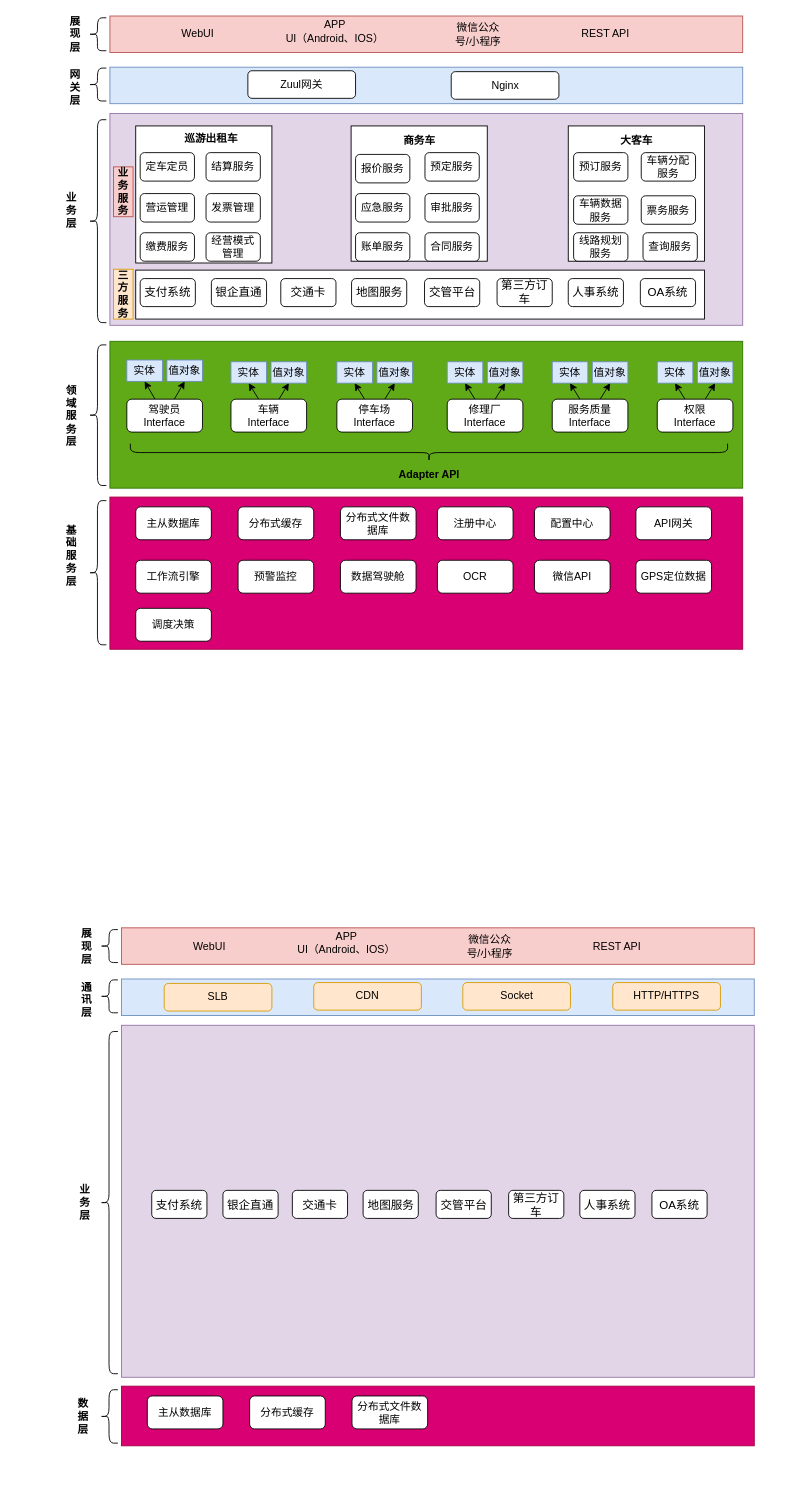
ammengke/my-drawio keeps this draw.io diagram as 汽车公司-应用架构.drawio. Above is the earlier version. Source tidied: cells renumbered, new cells numbered last; positions are measured from the earlier drawing's top-left corner, leaving out a move shared by most shapes. Both pictures are drawn from the tidied source at 89%, with x=0, y=0 at pixel (44, 15).
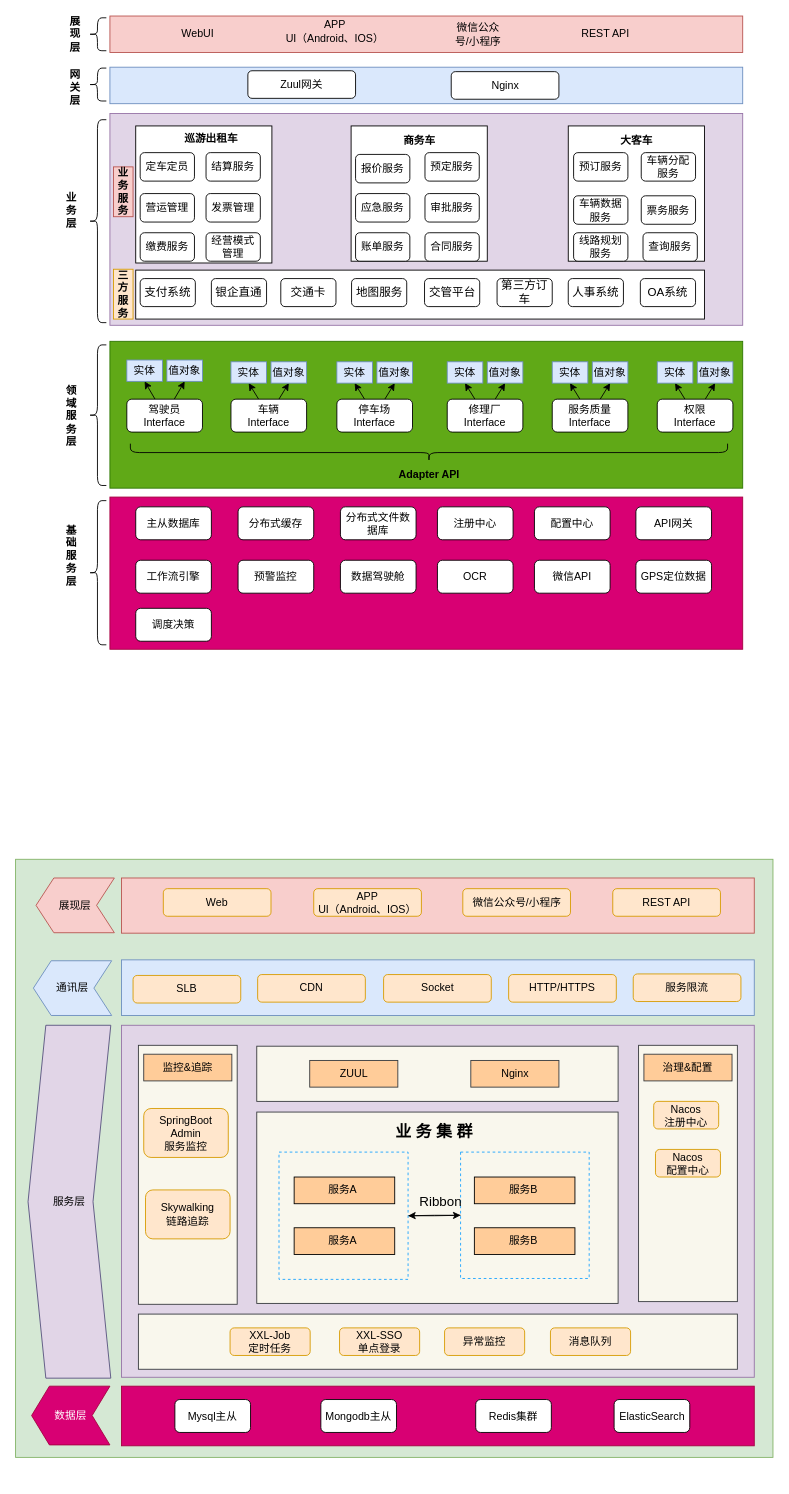
The same diagram, later.

Commit message:
Update 汽车公司-应用架构.drawio

What changed in the source:
```diff
@@
+    <mxCell id="134" style="rounded=0;whiteSpace=wrap;html=1;fillColor=#d5e8d4;strokeColor=#82b366;" parent="1" vertex="1">
+      <mxGeometry x="-33" y="948" width="851" height="672" as="geometry" />
+    </mxCell>
@@
-    <mxCell id="103" style="shape=curlyBracket;whiteSpace=wrap;html=1;rounded=1;" parent="1" vertex="1">
-      <mxGeometry x="62" y="1544" width="20" height="60" as="geometry" />
-    </mxCell>
@@
-    <mxCell id="105" value="数&lt;br&gt;据&lt;br&gt;层" style="text;html=1;strokeColor=none;fillColor=none;align=center;verticalAlign=middle;whiteSpace=wrap;rounded=0;fontStyle=1;" parent="1" vertex="1">
-      <mxGeometry x="13" y="1503" width="60" height="141" as="geometry" />
-    </mxCell>
-    <mxCell id="106" value="主从数据库" style="rounded=1;whiteSpace=wrap;html=1;" parent="1" vertex="1">
-      <mxGeometry x="115" y="1551" width="85" height="37" as="geometry" />
+    <mxCell id="106" value="Mysql主从" style="rounded=1;whiteSpace=wrap;html=1;" parent="1" vertex="1">
+      <mxGeometry x="146" y="1555" width="85" height="37" as="geometry" />
     </mxCell>
-    <mxCell id="107" value="分布式缓存" style="rounded=1;whiteSpace=wrap;html=1;" parent="1" vertex="1">
-      <mxGeometry x="230" y="1551" width="85" height="37" as="geometry" />
+    <mxCell id="107" value="Mongodb主从" style="rounded=1;whiteSpace=wrap;html=1;" parent="1" vertex="1">
+      <mxGeometry x="310" y="1555" width="85" height="37" as="geometry" />
     </mxCell>
-    <mxCell id="108" value="分布式文件数据库" style="rounded=1;whiteSpace=wrap;html=1;" parent="1" vertex="1">
-      <mxGeometry x="345" y="1551" width="85" height="37" as="geometry" />
+    <mxCell id="108" value="Redis集群" style="rounded=1;whiteSpace=wrap;html=1;" parent="1" vertex="1">
+      <mxGeometry x="484" y="1555" width="85" height="37" as="geometry" />
     </mxCell>
@@
-    <mxCell id="110" value="业&lt;br&gt;务&lt;br&gt;层" style="text;html=1;strokeColor=none;fillColor=none;align=center;verticalAlign=middle;whiteSpace=wrap;rounded=0;fontStyle=1;" parent="1" vertex="1">
-      <mxGeometry x="15" y="1263.2" width="60" height="141" as="geometry" />
-    </mxCell>
-    <mxCell id="111" style="shape=curlyBracket;whiteSpace=wrap;html=1;rounded=1;" parent="1" vertex="1">
-      <mxGeometry x="62" y="1141.5" width="20" height="384.5" as="geometry" />
-    </mxCell>
-    <mxCell id="112" value="支付系统" style="rounded=1;whiteSpace=wrap;html=1;fontSize=13;" parent="1" vertex="1">
-      <mxGeometry x="120" y="1320" width="62" height="31.5" as="geometry" />
-    </mxCell>
-    <mxCell id="113" value="银企直通" style="rounded=1;whiteSpace=wrap;html=1;fontSize=13;" parent="1" vertex="1">
-      <mxGeometry x="200" y="1320" width="62" height="31.5" as="geometry" />
-    </mxCell>
-    <mxCell id="114" value="交通卡" style="rounded=1;whiteSpace=wrap;html=1;fontSize=13;" parent="1" vertex="1">
-      <mxGeometry x="278" y="1320" width="62" height="31.5" as="geometry" />
-    </mxCell>
-    <mxCell id="115" value="地图服务" style="rounded=1;whiteSpace=wrap;html=1;fontSize=13;" parent="1" vertex="1">
-      <mxGeometry x="357.5" y="1320" width="62" height="31.5" as="geometry" />
-    </mxCell>
-    <mxCell id="116" value="交管平台" style="rounded=1;whiteSpace=wrap;html=1;fontSize=13;" parent="1" vertex="1">
-      <mxGeometry x="439.5" y="1320" width="62" height="31.5" as="geometry" />
-    </mxCell>
-    <mxCell id="117" value="第三方订车" style="rounded=1;whiteSpace=wrap;html=1;fontSize=13;" parent="1" vertex="1">
-      <mxGeometry x="521" y="1320" width="62" height="31.5" as="geometry" />
-    </mxCell>
-    <mxCell id="118" value="人事系统" style="rounded=1;whiteSpace=wrap;html=1;fontSize=13;" parent="1" vertex="1">
-      <mxGeometry x="601" y="1320" width="62" height="31.5" as="geometry" />
-    </mxCell>
     <mxCell id="119" style="rounded=0;whiteSpace=wrap;html=1;fillColor=#dae8fc;strokeColor=#6c8ebf;" parent="1" vertex="1">
-      <mxGeometry x="86" y="1082.5" width="711" height="41" as="geometry" />
+      <mxGeometry x="86" y="1061" width="711" height="62.5" as="geometry" />
     </mxCell>
-    <mxCell id="120" value="通&lt;br&gt;讯&lt;br&gt;层" style="text;html=1;strokeColor=none;fillColor=none;align=center;verticalAlign=middle;whiteSpace=wrap;rounded=0;fontColor=#000000;fontStyle=1;" parent="1" vertex="1">
-      <mxGeometry x="17" y="1090.5" width="60" height="30" as="geometry" />
-    </mxCell>
-    <mxCell id="121" style="shape=curlyBracket;whiteSpace=wrap;html=1;rounded=1;fontColor=#000000;" parent="1" vertex="1">
-      <mxGeometry x="62" y="1083.5" width="20" height="37" as="geometry" />
-    </mxCell>
     <mxCell id="122" value="SLB" style="rounded=1;whiteSpace=wrap;html=1;fillColor=#ffe6cc;strokeColor=#d79b00;" parent="1" vertex="1">
-      <mxGeometry x="134" y="1087.5" width="121" height="31" as="geometry" />
+      <mxGeometry x="99" y="1078.5" width="121" height="31" as="geometry" />
     </mxCell>
-    <mxCell id="123" value="展&lt;br&gt;现&lt;br&gt;层" style="text;html=1;strokeColor=none;fillColor=none;align=center;verticalAlign=middle;whiteSpace=wrap;rounded=0;fontColor=#000000;fontStyle=1;" parent="1" vertex="1">
-      <mxGeometry x="17" y="1030.5" width="60" height="30" as="geometry" />
-    </mxCell>
     <mxCell id="124" style="rounded=0;whiteSpace=wrap;html=1;fillColor=#f8cecc;strokeColor=#b85450;" parent="1" vertex="1">
-      <mxGeometry x="86" y="1025" width="711" height="41" as="geometry" />
+      <mxGeometry x="86" y="969" width="711" height="62" as="geometry" />
     </mxCell>
-    <mxCell id="125" style="shape=curlyBracket;whiteSpace=wrap;html=1;rounded=1;fontColor=#000000;" parent="1" vertex="1">
-      <mxGeometry x="62" y="1027" width="20" height="37" as="geometry" />
-    </mxCell>
-    <mxCell id="126" value="WebUI" style="text;html=1;strokeColor=none;fillColor=none;align=center;verticalAlign=middle;whiteSpace=wrap;rounded=0;fontColor=#000000;" parent="1" vertex="1">
-      <mxGeometry x="155" y="1030.5" width="60" height="30" as="geometry" />
-    </mxCell>
-    <mxCell id="127" value="APP&lt;br&gt;UI（Android、IOS）" style="text;html=1;strokeColor=none;fillColor=none;align=center;verticalAlign=middle;whiteSpace=wrap;rounded=0;fontColor=#000000;" parent="1" vertex="1">
-      <mxGeometry x="268" y="1027" width="142" height="30" as="geometry" />
-    </mxCell>
-    <mxCell id="128" value="微信公众号/小程序" style="text;html=1;strokeColor=none;fillColor=none;align=center;verticalAlign=middle;whiteSpace=wrap;rounded=0;fontColor=#000000;" parent="1" vertex="1">
-      <mxGeometry x="469.5" y="1030.5" width="60" height="30" as="geometry" />
-    </mxCell>
-    <mxCell id="129" value="REST API" style="text;html=1;strokeColor=none;fillColor=none;align=center;verticalAlign=middle;whiteSpace=wrap;rounded=0;fontColor=#000000;" parent="1" vertex="1">
-      <mxGeometry x="613" y="1030.5" width="60" height="30" as="geometry" />
-    </mxCell>
-    <mxCell id="130" value="OA系统" style="rounded=1;whiteSpace=wrap;html=1;fontSize=13;" parent="1" vertex="1">
-      <mxGeometry x="682" y="1320" width="62" height="31.5" as="geometry" />
-    </mxCell>
     <mxCell id="131" value="CDN" style="rounded=1;whiteSpace=wrap;html=1;fillColor=#ffe6cc;strokeColor=#d79b00;" parent="1" vertex="1">
-      <mxGeometry x="302" y="1086.5" width="121" height="31" as="geometry" />
+      <mxGeometry x="239" y="1077.5" width="121" height="31" as="geometry" />
     </mxCell>
     <mxCell id="132" value="Socket" style="rounded=1;whiteSpace=wrap;html=1;fillColor=#ffe6cc;strokeColor=#d79b00;" parent="1" vertex="1">
-      <mxGeometry x="469.5" y="1086.5" width="121" height="31" as="geometry" />
+      <mxGeometry x="380.5" y="1077.5" width="121" height="31" as="geometry" />
     </mxCell>
     <mxCell id="133" value="HTTP/HTTPS" style="rounded=1;whiteSpace=wrap;html=1;fillColor=#ffe6cc;strokeColor=#d79b00;" parent="1" vertex="1">
-      <mxGeometry x="638" y="1086.5" width="121" height="31" as="geometry" />
+      <mxGeometry x="521" y="1077.5" width="121" height="31" as="geometry" />
     </mxCell>
+    <mxCell id="135" value="ElasticSearch" style="rounded=1;whiteSpace=wrap;html=1;" parent="1" vertex="1">
+      <mxGeometry x="639.5" y="1555" width="85" height="37" as="geometry" />
+    </mxCell>
+    <mxCell id="136" value="数据层" style="shape=step;perimeter=stepPerimeter;whiteSpace=wrap;html=1;fixedSize=1;direction=west;fillColor=#d80073;fontColor=#ffffff;strokeColor=#A50040;" parent="1" vertex="1">
+      <mxGeometry x="-15" y="1540" width="88" height="66" as="geometry" />
+    </mxCell>
+    <mxCell id="137" value="服务层" style="shape=step;perimeter=stepPerimeter;whiteSpace=wrap;html=1;fixedSize=1;direction=west;fillColor=#E1D5E7;strokeColor=#56517e;" parent="1" vertex="1">
+      <mxGeometry x="-19" y="1134.5" width="93" height="396.5" as="geometry" />
+    </mxCell>
+    <mxCell id="138" value="通讯层" style="shape=step;perimeter=stepPerimeter;whiteSpace=wrap;html=1;fixedSize=1;direction=west;fillColor=#dae8fc;strokeColor=#6c8ebf;" parent="1" vertex="1">
+      <mxGeometry x="-13" y="1062" width="88" height="61.5" as="geometry" />
+    </mxCell>
+    <mxCell id="139" value="展现层" style="shape=step;perimeter=stepPerimeter;whiteSpace=wrap;html=1;fixedSize=1;direction=west;fillColor=#f8cecc;strokeColor=#b85450;" parent="1" vertex="1">
+      <mxGeometry x="-10" y="969" width="88" height="61.5" as="geometry" />
+    </mxCell>
+    <mxCell id="129" value="REST API" style="rounded=1;whiteSpace=wrap;html=1;fillColor=#ffe6cc;strokeColor=#d79b00;" parent="1" vertex="1">
+      <mxGeometry x="638" y="981" width="121" height="31" as="geometry" />
+    </mxCell>
+    <mxCell id="128" value="微信公众号/小程序" style="rounded=1;whiteSpace=wrap;html=1;fillColor=#ffe6cc;strokeColor=#d79b00;" parent="1" vertex="1">
+      <mxGeometry x="469.5" y="981" width="121" height="31" as="geometry" />
+    </mxCell>
+    <mxCell id="127" value="APP&lt;br&gt;UI（Android、IOS）" style="rounded=1;whiteSpace=wrap;html=1;fillColor=#ffe6cc;strokeColor=#d79b00;" parent="1" vertex="1">
+      <mxGeometry x="302" y="981" width="121" height="31" as="geometry" />
+    </mxCell>
+    <mxCell id="140" value="Web" style="rounded=1;whiteSpace=wrap;html=1;fillColor=#ffe6cc;strokeColor=#d79b00;" parent="1" vertex="1">
+      <mxGeometry x="133" y="981" width="121" height="31" as="geometry" />
+    </mxCell>
+    <mxCell id="141" style="rounded=0;whiteSpace=wrap;html=1;fillColor=#f9f7ed;strokeColor=#36393d;" parent="1" vertex="1">
+      <mxGeometry x="105" y="1157" width="111" height="291" as="geometry" />
+    </mxCell>
+    <mxCell id="142" style="rounded=0;whiteSpace=wrap;html=1;fillColor=#f9f7ed;strokeColor=#36393d;" parent="1" vertex="1">
+      <mxGeometry x="238" y="1232" width="406" height="215" as="geometry" />
+    </mxCell>
+    <mxCell id="143" style="rounded=0;whiteSpace=wrap;html=1;fillColor=#f9f7ed;strokeColor=#36393d;" parent="1" vertex="1">
+      <mxGeometry x="667" y="1157" width="111" height="288" as="geometry" />
+    </mxCell>
+    <mxCell id="144" value="监控&amp;amp;追踪" style="text;html=1;strokeColor=#36393d;fillColor=#ffcc99;align=center;verticalAlign=middle;whiteSpace=wrap;rounded=0;" parent="1" vertex="1">
+      <mxGeometry x="111" y="1167" width="99" height="30" as="geometry" />
+    </mxCell>
+    <mxCell id="145" style="rounded=0;whiteSpace=wrap;html=1;fillColor=#f9f7ed;strokeColor=#36393d;" parent="1" vertex="1">
+      <mxGeometry x="238" y="1158" width="406" height="62" as="geometry" />
+    </mxCell>
+    <mxCell id="146" value="ZUUL" style="text;html=1;strokeColor=#36393d;fillColor=#ffcc99;align=center;verticalAlign=middle;whiteSpace=wrap;rounded=0;" parent="1" vertex="1">
+      <mxGeometry x="297.5" y="1174" width="99" height="30" as="geometry" />
+    </mxCell>
+    <mxCell id="147" value="Nginx" style="text;html=1;strokeColor=#36393d;fillColor=#ffcc99;align=center;verticalAlign=middle;whiteSpace=wrap;rounded=0;" parent="1" vertex="1">
+      <mxGeometry x="478.5" y="1174" width="99" height="30" as="geometry" />
+    </mxCell>
+    <mxCell id="148" value="业 务 集 群" style="text;html=1;strokeColor=none;fillColor=none;align=center;verticalAlign=middle;whiteSpace=wrap;rounded=0;fontSize=18;fontStyle=1;" parent="1" vertex="1">
+      <mxGeometry x="381" y="1239" width="113" height="30" as="geometry" />
+    </mxCell>
+    <mxCell id="149" style="edgeStyle=orthogonalEdgeStyle;rounded=0;jettySize=auto;html=1;entryX=0;entryY=0.5;entryDx=0;entryDy=0;fontSize=18;" parent="1" edge="1" source="150" target="152">
+      <mxGeometry relative="1" as="geometry" />
+    </mxCell>
+    <mxCell id="150" style="rounded=0;whiteSpace=wrap;html=1;fillColor=none;dashed=1;strokeColor=#19A3FF;" parent="1" vertex="1">
+      <mxGeometry x="263" y="1277" width="145" height="143" as="geometry" />
+    </mxCell>
+    <mxCell id="151" style="edgeStyle=orthogonalEdgeStyle;rounded=0;jettySize=auto;html=1;entryX=1;entryY=0.5;entryDx=0;entryDy=0;fontSize=18;" parent="1" edge="1" source="152" target="150">
+      <mxGeometry relative="1" as="geometry" />
+    </mxCell>
+    <mxCell id="152" style="rounded=0;whiteSpace=wrap;html=1;fillColor=none;dashed=1;strokeColor=#19A3FF;" parent="1" vertex="1">
+      <mxGeometry x="467" y="1277" width="144.5" height="142" as="geometry" />
+    </mxCell>
+    <mxCell id="153" value="服务A&amp;nbsp;" style="text;html=1;strokeColor=#000000;fillColor=#FFCC99;align=center;verticalAlign=middle;whiteSpace=wrap;rounded=0;" parent="1" vertex="1">
+      <mxGeometry x="280" y="1305" width="113" height="30" as="geometry" />
+    </mxCell>
+    <mxCell id="154" value="服务A&amp;nbsp;" style="text;html=1;strokeColor=#000000;fillColor=#FFCC99;align=center;verticalAlign=middle;whiteSpace=wrap;rounded=0;" parent="1" vertex="1">
+      <mxGeometry x="280" y="1362" width="113" height="30" as="geometry" />
+    </mxCell>
+    <mxCell id="155" value="服务B&amp;nbsp;" style="text;html=1;strokeColor=#000000;fillColor=#FFCC99;align=center;verticalAlign=middle;whiteSpace=wrap;rounded=0;" parent="1" vertex="1">
+      <mxGeometry x="482.5" y="1305" width="113" height="30" as="geometry" />
+    </mxCell>
+    <mxCell id="156" value="服务B&amp;nbsp;" style="text;html=1;strokeColor=#000000;fillColor=#FFCC99;align=center;verticalAlign=middle;whiteSpace=wrap;rounded=0;" parent="1" vertex="1">
+      <mxGeometry x="482.5" y="1362" width="113" height="30" as="geometry" />
+    </mxCell>
+    <mxCell id="157" value="治理&amp;amp;配置" style="text;html=1;strokeColor=#36393d;fillColor=#ffcc99;align=center;verticalAlign=middle;whiteSpace=wrap;rounded=0;" parent="1" vertex="1">
+      <mxGeometry x="673" y="1167" width="99" height="30" as="geometry" />
+    </mxCell>
+    <mxCell id="158" value="Nacos&lt;br&gt;注册中心" style="rounded=1;whiteSpace=wrap;html=1;fillColor=#ffe6cc;strokeColor=#d79b00;" parent="1" vertex="1">
+      <mxGeometry x="684" y="1220" width="73" height="31" as="geometry" />
+    </mxCell>
+    <mxCell id="159" value="Nacos&lt;br&gt;配置中心" style="rounded=1;whiteSpace=wrap;html=1;fillColor=#ffe6cc;strokeColor=#d79b00;" parent="1" vertex="1">
+      <mxGeometry x="686" y="1274" width="73" height="31" as="geometry" />
+    </mxCell>
+    <mxCell id="160" value="&lt;p class=&quot;MsoNormal&quot; style=&quot;font-size: 15px;&quot;&gt;&lt;span style=&quot;font-size: 15px;&quot;&gt;&lt;font face=&quot;宋体&quot; style=&quot;font-size: 15px;&quot;&gt;Ribbon&amp;nbsp;&lt;/font&gt;&lt;/span&gt;&lt;/p&gt;" style="text;html=1;strokeColor=none;fillColor=none;align=center;verticalAlign=middle;whiteSpace=wrap;rounded=0;fontSize=15;" parent="1" vertex="1">
+      <mxGeometry x="417" y="1317.2" width="60" height="30" as="geometry" />
+    </mxCell>
+    <mxCell id="161" value="SpringBoot&lt;br&gt;Admin&lt;br&gt;服务监控" style="rounded=1;whiteSpace=wrap;html=1;fillColor=#ffe6cc;strokeColor=#d79b00;" parent="1" vertex="1">
+      <mxGeometry x="111" y="1228" width="95" height="55" as="geometry" />
+    </mxCell>
+    <mxCell id="162" value="Skywalking&lt;br&gt;链路追踪" style="rounded=1;whiteSpace=wrap;html=1;fillColor=#ffe6cc;strokeColor=#d79b00;" parent="1" vertex="1">
+      <mxGeometry x="113" y="1319.5" width="95" height="55" as="geometry" />
+    </mxCell>
+    <mxCell id="163" style="rounded=0;whiteSpace=wrap;html=1;fillColor=#f9f7ed;strokeColor=#36393d;" parent="1" vertex="1">
+      <mxGeometry x="105" y="1459" width="673" height="62" as="geometry" />
+    </mxCell>
+    <mxCell id="164" value="XXL-Job&lt;br&gt;定时任务" style="rounded=1;whiteSpace=wrap;html=1;fillColor=#ffe6cc;strokeColor=#d79b00;" parent="1" vertex="1">
+      <mxGeometry x="208" y="1474.5" width="90" height="31" as="geometry" />
+    </mxCell>
+    <mxCell id="165" value="XXL-SSO&lt;br&gt;单点登录" style="rounded=1;whiteSpace=wrap;html=1;fillColor=#ffe6cc;strokeColor=#d79b00;" parent="1" vertex="1">
+      <mxGeometry x="331" y="1474.5" width="90" height="31" as="geometry" />
+    </mxCell>
+    <mxCell id="166" value="异常监控" style="rounded=1;whiteSpace=wrap;html=1;fillColor=#ffe6cc;strokeColor=#d79b00;" parent="1" vertex="1">
+      <mxGeometry x="449" y="1474.5" width="90" height="31" as="geometry" />
+    </mxCell>
+    <mxCell id="167" value="消息队列" style="rounded=1;whiteSpace=wrap;html=1;fillColor=#ffe6cc;strokeColor=#d79b00;" parent="1" vertex="1">
+      <mxGeometry x="568" y="1474.5" width="90" height="31" as="geometry" />
+    </mxCell>
+    <mxCell id="168" value="服务限流" style="rounded=1;whiteSpace=wrap;html=1;fillColor=#ffe6cc;strokeColor=#d79b00;" parent="1" vertex="1">
+      <mxGeometry x="661" y="1076.8" width="121" height="31" as="geometry" />
+    </mxCell>
```
